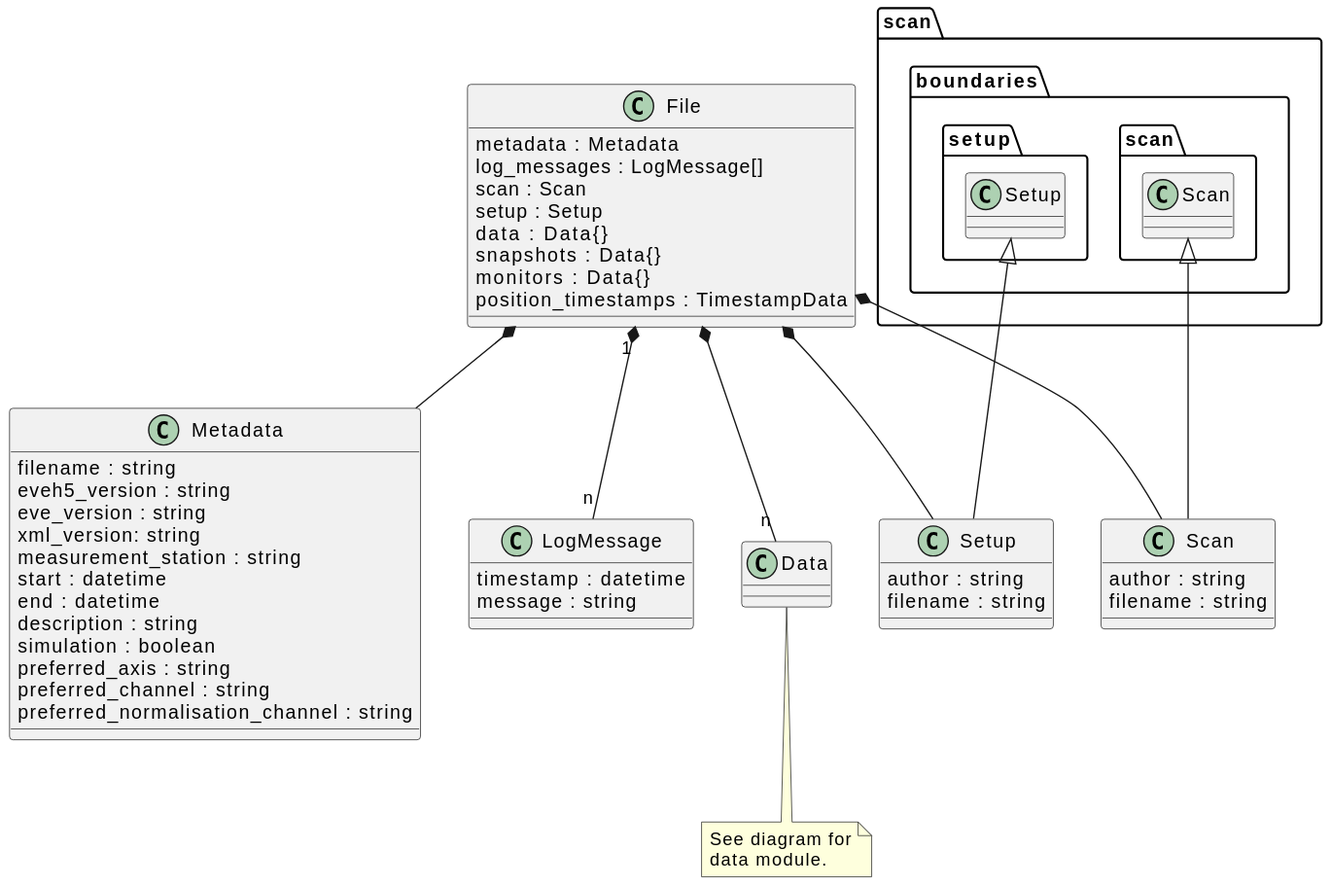
Earlier version of the PlantUML export docs/uml/evedata.evefile.entities.file.svg (tillbiskup/evedata).
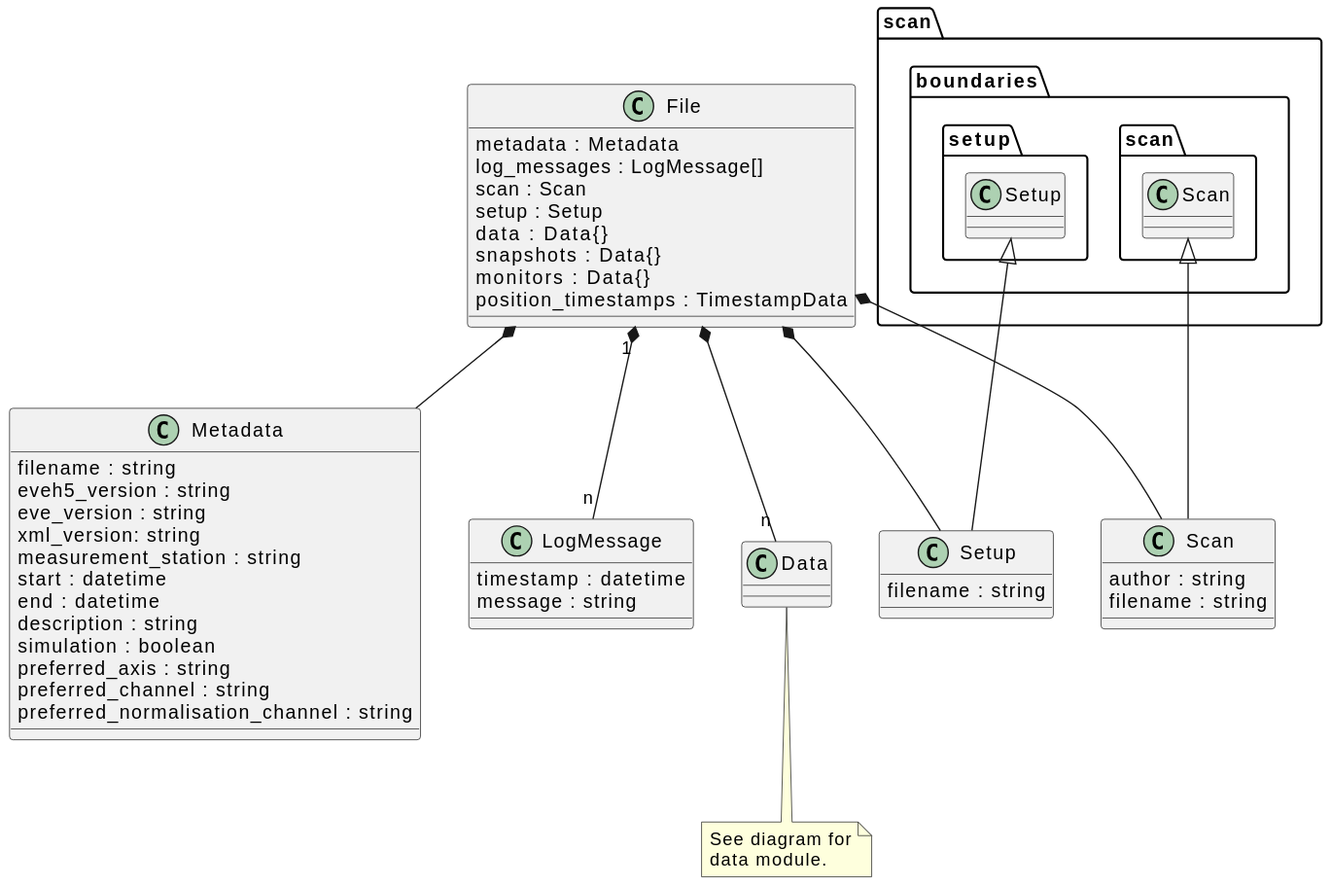
The same diagram one commit later.

The edit, as a diff of the source:
```diff
@@ -39,7 +39,6 @@
 }
 
 class Setup extends scan.boundaries.setup.Setup {
-    author : string
     filename : string
 }
 
```
